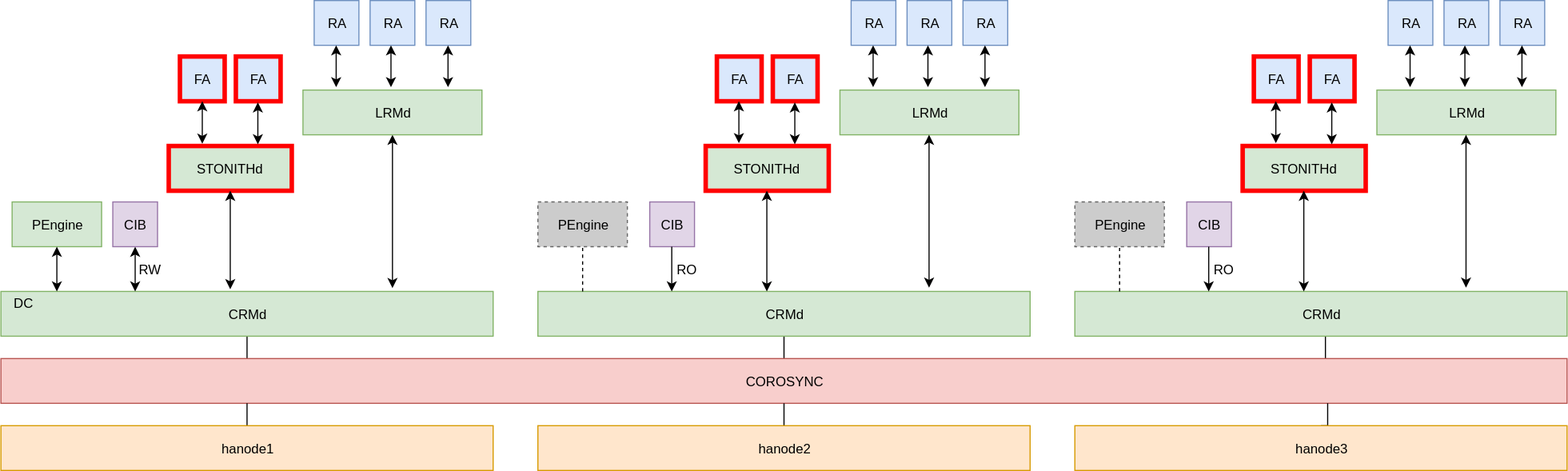
Before: docs/workshop/fr/medias/pcmk_diag1-fencing.svg, a diagram exported from draw.io (ClusterLabs/PAF). Source tidied: cells renumbered, new cells last; positions are measured from the earlier drawing's top-left corner, leaving out a move shared by most shapes.
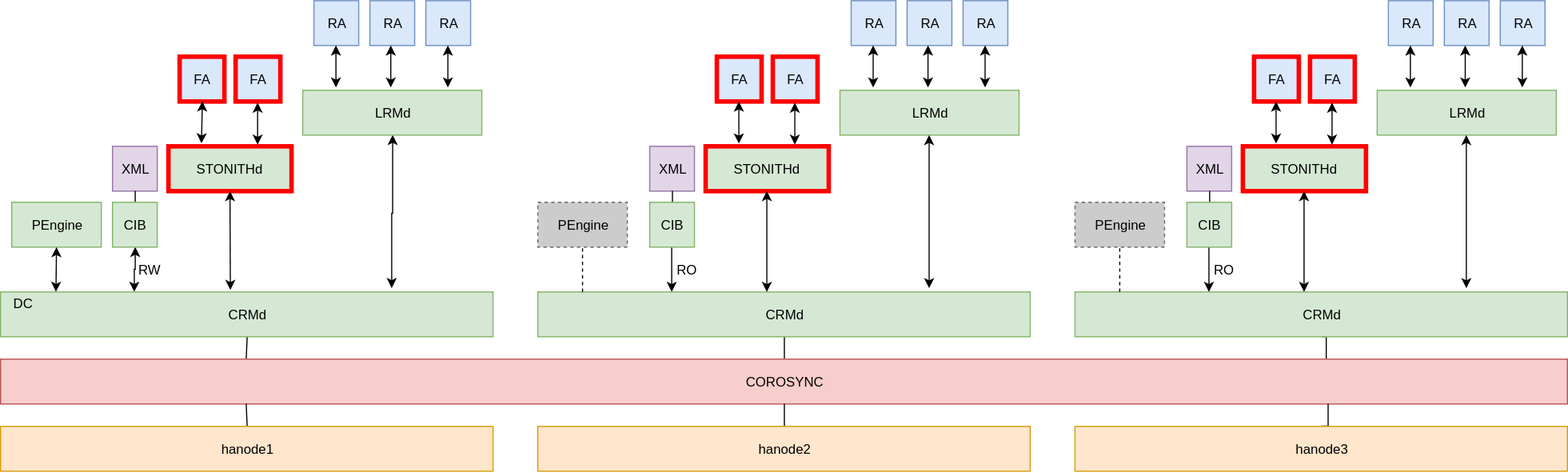
The same diagram one commit later.

Change to the diagram source:
```diff
@@ -11,9 +11,6 @@
     <mxCell id="4" style="edgeStyle=orthogonalEdgeStyle;rounded=0;html=1;exitX=0.5;exitY=1;entryX=0.272;entryY=0;entryPerimeter=0;startArrow=classic;startFill=1;endArrow=classic;endFill=1;jettySize=auto;" parent="1" edge="1" source="5" target="3">
       <mxGeometry relative="1" as="geometry" />
     </mxCell>
-    <mxCell id="5" value="CIB" style="rounded=0;whiteSpace=wrap;html=1;fillColor=#e1d5e7;strokeColor=#9673a6;" parent="1" vertex="1">
-      <mxGeometry x="100" y="180" width="40" height="40" as="geometry" />
-    </mxCell>
     <mxCell id="6" value="STONITHd" style="rounded=0;whiteSpace=wrap;html=1;fillColor=#d5e8d4;strokeColor=#FF0000;strokeWidth=4;" parent="1" vertex="1">
       <mxGeometry x="150" y="130" width="110" height="40" as="geometry" />
     </mxCell>
@@ -47,9 +44,6 @@
     <mxCell id="16" value="CRMd" style="rounded=0;whiteSpace=wrap;html=1;fillColor=#d5e8d4;strokeColor=#82b366;" parent="1" vertex="1">
       <mxGeometry x="480" y="260" width="440" height="40" as="geometry" />
     </mxCell>
-    <mxCell id="17" value="CIB" style="rounded=0;whiteSpace=wrap;html=1;fillColor=#e1d5e7;strokeColor=#9673a6;" parent="1" vertex="1">
-      <mxGeometry x="580" y="180" width="40" height="40" as="geometry" />
-    </mxCell>
     <mxCell id="18" value="STONITHd" style="rounded=0;whiteSpace=wrap;html=1;fillColor=#d5e8d4;strokeColor=#FF0000;strokeWidth=4;" parent="1" vertex="1">
       <mxGeometry x="630" y="130" width="110" height="40" as="geometry" />
     </mxCell>
@@ -77,9 +71,6 @@
     <mxCell id="26" value="CRMd" style="rounded=0;whiteSpace=wrap;html=1;fillColor=#d5e8d4;strokeColor=#82b366;" parent="1" vertex="1">
       <mxGeometry x="960" y="260" width="440" height="40" as="geometry" />
     </mxCell>
-    <mxCell id="27" value="CIB" style="rounded=0;whiteSpace=wrap;html=1;fillColor=#e1d5e7;strokeColor=#9673a6;" parent="1" vertex="1">
-      <mxGeometry x="1060" y="180" width="40" height="40" as="geometry" />
-    </mxCell>
     <mxCell id="28" value="STONITHd" style="rounded=0;whiteSpace=wrap;html=1;fillColor=#d5e8d4;strokeColor=#FF0000;strokeWidth=4;" parent="1" vertex="1">
       <mxGeometry x="1110" y="130" width="110" height="40" as="geometry" />
     </mxCell>
@@ -285,5 +276,32 @@
         <mxPoint x="1000" y="220" as="targetPoint" />
       </mxGeometry>
     </mxCell>
+    <mxCell id="73" value="XML" style="rounded=0;whiteSpace=wrap;html=1;fillColor=#e1d5e7;strokeColor=#9673a6;" parent="1" vertex="1">
+      <mxGeometry x="580" y="130" width="40" height="40" as="geometry" />
+    </mxCell>
+    <mxCell id="74" style="endArrow=none;html=1;fontSize=24;fontColor=#FF0000;exitX=0.5;exitY=0;entryX=0.5;entryY=1;" parent="1" edge="1" source="17" target="73">
+      <mxGeometry relative="1" as="geometry" />
+    </mxCell>
+    <mxCell id="75" value="XML" style="rounded=0;whiteSpace=wrap;html=1;fillColor=#e1d5e7;strokeColor=#9673a6;" parent="1" vertex="1">
+      <mxGeometry x="100" y="130" width="40" height="40" as="geometry" />
+    </mxCell>
+    <mxCell id="76" style="endArrow=none;html=1;fontSize=24;fontColor=#FF0000;exitX=0.5;exitY=0;entryX=0.5;entryY=1;" parent="1" edge="1" source="5" target="75">
+      <mxGeometry relative="1" as="geometry" />
+    </mxCell>
+    <mxCell id="77" value="XML" style="rounded=0;whiteSpace=wrap;html=1;fillColor=#e1d5e7;strokeColor=#9673a6;" parent="1" vertex="1">
+      <mxGeometry x="1060" y="130" width="40" height="40" as="geometry" />
+    </mxCell>
+    <mxCell id="78" style="endArrow=none;html=1;fontSize=24;fontColor=#FF0000;exitX=0.5;exitY=0;entryX=0.5;entryY=1;" parent="1" edge="1" source="27" target="77">
+      <mxGeometry relative="1" as="geometry" />
+    </mxCell>
+    <mxCell id="5" value="CIB" style="rounded=0;whiteSpace=wrap;html=1;fillColor=#d5e8d4;strokeColor=#82b366;" parent="1" vertex="1">
+      <mxGeometry x="100" y="180" width="40" height="40" as="geometry" />
+    </mxCell>
+    <mxCell id="17" value="CIB" style="rounded=0;whiteSpace=wrap;html=1;fillColor=#d5e8d4;strokeColor=#82b366;" parent="1" vertex="1">
+      <mxGeometry x="580" y="180" width="40" height="40" as="geometry" />
+    </mxCell>
+    <mxCell id="27" value="CIB" style="rounded=0;whiteSpace=wrap;html=1;fillColor=#d5e8d4;strokeColor=#82b366;" parent="1" vertex="1">
+      <mxGeometry x="1060" y="180" width="40" height="40" as="geometry" />
+    </mxCell>
   </root>
 </mxGraphModel>
```
